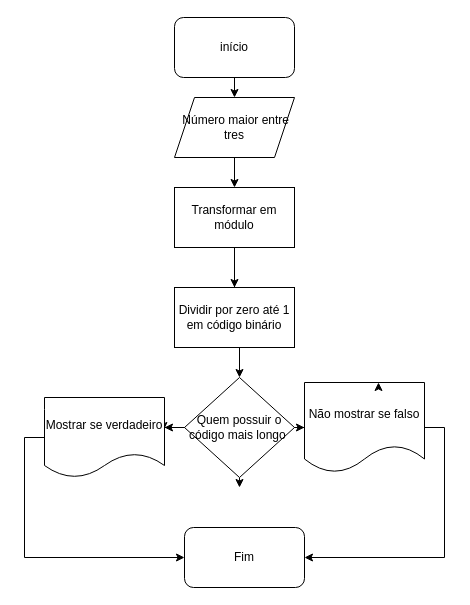
Before: Untitled Diagram.drawio in Vinicaouhu/mdc118, a draw.io diagram. Source tidied: cells renumbered, new cells numbered last; positions are measured from the earlier drawing's top-left corner, leaving out a move shared by most shapes. Both pictures are drawn from the tidied source at 100%, with x=0, y=0 at pixel (44, 17).
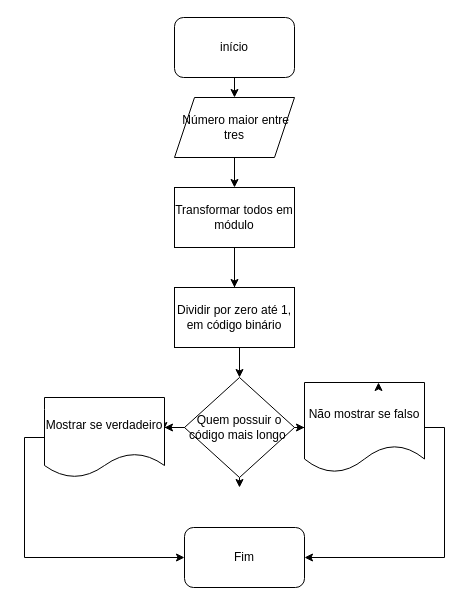
After the change.

The edit, as a diff of the source:
```diff
@@
-    <mxCell id="9" value="Transformar em módulo" style="rounded=0;whiteSpace=wrap;html=1;" parent="1" vertex="1">
+    <mxCell id="9" value="Transformar todos em módulo" style="rounded=0;whiteSpace=wrap;html=1;" parent="1" vertex="1">
       <mxGeometry x="130" y="170" width="120" height="60" as="geometry" />
     </mxCell>
@@
-    <mxCell id="17" value="Dividir por zero até 1 em código binário" style="rounded=0;whiteSpace=wrap;html=1;" parent="1" vertex="1">
+    <mxCell id="17" value="Dividir por zero até 1, em código binário" style="rounded=0;whiteSpace=wrap;html=1;" parent="1" vertex="1">
       <mxGeometry x="130" y="270" width="120" height="60" as="geometry" />
     </mxCell>
```
